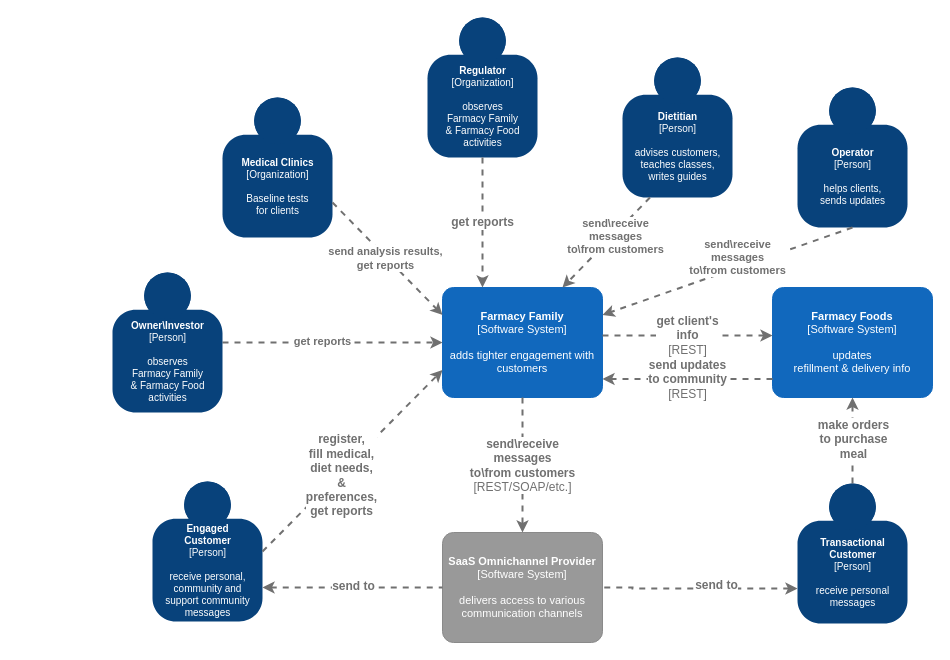
Before: page "C4.System Context" (2 of 4) of analysis/drawio.drawio in sakosy/arch_katas_2021, a draw.io diagram. Source tidied: cells renumbered, new cells numbered last; positions are measured from the earlier drawing's top-left corner, leaving out a move shared by most shapes. Both pictures are drawn from the tidied source at 100%, with x=0, y=0 at pixel (112, 17).
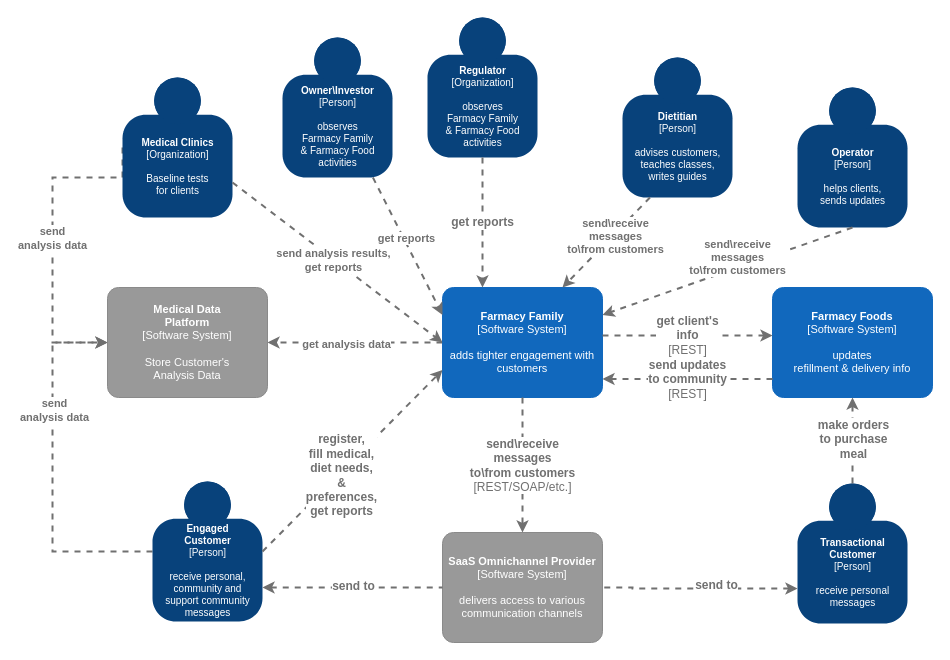
After the change.

Commit message (it also covers changes not shown here):
Added Customers CJM & updated System Context Diagram

The change refers to these unchanged cells:
```xml
<object id="2" label="&lt;b style=&quot;font-size: 10px;&quot;&gt;%c4Name%&lt;/b&gt;&lt;div style=&quot;font-size: 10px;&quot;&gt;[%c4Type%]&lt;/div&gt;&lt;br style=&quot;font-size: 10px;&quot;&gt;&lt;div style=&quot;font-size: 10px;&quot;&gt;%c4Description%&lt;/div&gt;" c4Description="receive personal,&#10;community and&#10;support community&#10;messages" c4Name="Engaged&#10;Customer" c4Type="Person" placeholders="1">
  <mxCell style="html=1;dashed=0;whitespace=wrap;fillColor=#08427b;strokeColor=none;fontColor=#ffffff;shape=mxgraph.c4.person;align=center;points=[[0.5,0,0],[1,0.5,0],[1,0.75,0],[0.75,1,0],[0.5,1,0],[0.25,1,0],[0,0.75,0],[0,0.5,0]];metaData={&quot;c4Type&quot;:{&quot;editable&quot;:false}};fontFamily=PT Mono;fontSize=10;" parent="1" vertex="1">
    <mxGeometry x="40" y="464" width="110" height="140" as="geometry" />
  </mxCell>
</object>
<object id="3" label="&lt;b style=&quot;font-size: 11px;&quot;&gt;%c4Name%&lt;/b&gt;&lt;div style=&quot;font-size: 11px;&quot;&gt;[%c4Type%]&lt;/div&gt;&lt;br style=&quot;font-size: 11px;&quot;&gt;&lt;div style=&quot;font-size: 11px;&quot;&gt;%c4Description%&lt;/div&gt;" c4Description="adds tighter engagement with customers" c4Name="Farmacy Family" c4Type="Software System" placeholders="1">
  <mxCell style="rounded=1;whiteSpace=wrap;html=1;labelBackgroundColor=none;fillColor=#1168BD;fontColor=#ffffff;align=center;arcSize=10;strokeColor=#1168BD;metaData={&quot;c4Type&quot;:{&quot;editable&quot;:false}};points=[[0.25,0,0],[0.5,0,0],[0.75,0,0],[1,0.25,0],[1,0.5,0],[1,0.75,0],[0.75,1,0],[0.5,1,0],[0.25,1,0],[0,0.75,0],[0,0.5,0],[0,0.25,0]];fontFamily=PT Mono;fontSize=11;" parent="1" vertex="1">
    <mxGeometry x="330" y="270" width="160" height="110" as="geometry" />
  </mxCell>
</object>
```

Change to the diagram source:
```diff
@@
+    <mxCell id="32" style="edgeStyle=orthogonalEdgeStyle;rounded=0;jettySize=auto;html=1;entryX=0;entryY=0.5;entryDx=0;entryDy=0;entryPerimeter=0;fontColor=#707070;exitX=0;exitY=0.5;exitDx=0;exitDy=0;exitPerimeter=0;dashed=1;fontFamily=PT Mono;fontSize=12;strokeColor=#707070;strokeWidth=2;endFill=1;startFill=0;" parent="1" edge="1" source="2" target="38">
+      <mxGeometry relative="1" as="geometry">
+        <Array as="points">
+          <mxPoint x="-60" y="534" />
+          <mxPoint x="-60" y="325" />
+        </Array>
+      </mxGeometry>
+    </mxCell>
+    <mxCell id="33" value="&lt;span style=&quot;font-weight: 700&quot;&gt;send&lt;br&gt;analysis data&lt;/span&gt;" style="edgeLabel;html=1;align=center;verticalAlign=middle;fontColor=#707070;" parent="32" vertex="1">
+      <mxGeometry x="0.33" y="-1" relative="1" as="geometry" />
+    </mxCell>
@@
+    <mxCell id="34" style="edgeStyle=orthogonalEdgeStyle;rounded=0;jettySize=auto;html=1;entryX=1;entryY=0.5;entryDx=0;entryDy=0;entryPerimeter=0;dashed=1;fontFamily=PT Mono;fontSize=12;fontColor=#707070;fontStyle=1;strokeColor=#707070;strokeWidth=2;endFill=1;startFill=0;" parent="1" edge="1" source="3" target="38">
+      <mxGeometry relative="1" as="geometry" />
+    </mxCell>
+    <mxCell id="35" value="get analysis data" style="edgeLabel;html=1;align=center;verticalAlign=middle;fontColor=#707070;fontStyle=1;" parent="34" vertex="1">
+      <mxGeometry x="0.11" y="1" relative="1" as="geometry" />
+    </mxCell>
@@
+    <mxCell id="36" style="edgeStyle=orthogonalEdgeStyle;rounded=0;jettySize=auto;html=1;entryX=0;entryY=0.5;entryDx=0;entryDy=0;entryPerimeter=0;exitX=0;exitY=0.5;exitDx=0;exitDy=0;exitPerimeter=0;dashed=1;fontFamily=PT Mono;fontSize=12;fontColor=#707070;strokeColor=#707070;strokeWidth=2;endFill=1;startFill=0;" parent="1" edge="1" source="21" target="38">
+      <mxGeometry relative="1" as="geometry">
+        <Array as="points">
+          <mxPoint x="-60" y="160" />
+          <mxPoint x="-60" y="325" />
+        </Array>
+      </mxGeometry>
+    </mxCell>
+    <mxCell id="37" value="send&lt;br&gt;analysis data" style="edgeLabel;html=1;align=center;verticalAlign=middle;fontColor=#707070;fontStyle=1;" parent="36" vertex="1">
+      <mxGeometry y="-1" relative="1" as="geometry" />
+    </mxCell>
     <object id="21" label="&lt;b style=&quot;font-size: 10px;&quot;&gt;%c4Name%&lt;/b&gt;&lt;div style=&quot;font-size: 10px;&quot;&gt;[%c4Type%]&lt;/div&gt;&lt;br style=&quot;font-size: 10px;&quot;&gt;&lt;div style=&quot;font-size: 10px;&quot;&gt;%c4Description%&lt;/div&gt;" c4Description="Baseline tests&#10;for clients" c4Name="Medical Clinics" c4Type="Organization" placeholders="1">
       <mxCell style="html=1;dashed=0;whitespace=wrap;fillColor=#08427b;strokeColor=none;fontColor=#ffffff;shape=mxgraph.c4.person;align=center;points=[[0.5,0,0],[1,0.5,0],[1,0.75,0],[0.75,1,0],[0.5,1,0],[0.25,1,0],[0,0.75,0],[0,0.5,0]];metaData={&quot;c4Type&quot;:{&quot;editable&quot;:false}};fontFamily=PT Mono;fontSize=10;" parent="1" vertex="1">
-        <mxGeometry x="110" y="80" width="110" height="140" as="geometry" />
+        <mxGeometry x="10" y="60" width="110" height="140" as="geometry" />
       </mxCell>
     </object>
@@
-    <mxCell id="23" style="edgeStyle=none;rounded=0;jettySize=auto;html=1;entryX=0;entryY=0.5;entryDx=0;entryDy=0;entryPerimeter=0;fontFamily=PT Mono;fontSize=12;fontColor=#707070;startArrow=none;startFill=0;endArrow=classic;endFill=1;verticalAlign=middle;dashed=1;strokeColor=#707070;strokeWidth=2;" parent="1" edge="1" source="25" target="3">
+    <mxCell id="23" style="edgeStyle=none;rounded=0;jettySize=auto;html=1;entryX=0;entryY=0.25;entryDx=0;entryDy=0;entryPerimeter=0;fontFamily=PT Mono;fontSize=12;fontColor=#707070;startArrow=none;startFill=0;endArrow=classic;endFill=1;verticalAlign=middle;dashed=1;strokeColor=#707070;strokeWidth=2;" parent="1" edge="1" source="25" target="3">
       <mxGeometry relative="1" as="geometry" />
     </mxCell>
@@
     <object id="25" label="&lt;b style=&quot;font-size: 10px;&quot;&gt;%c4Name%&lt;/b&gt;&lt;div style=&quot;font-size: 10px;&quot;&gt;[%c4Type%]&lt;/div&gt;&lt;br style=&quot;font-size: 10px;&quot;&gt;&lt;div style=&quot;font-size: 10px;&quot;&gt;%c4Description%&lt;/div&gt;" c4Description="observes&#10;Farmacy Family &#10;&amp; Farmacy Food&#10;activities" c4Name="Owner\Investor" c4Type="Person" placeholders="1">
       <mxCell style="html=1;dashed=0;whitespace=wrap;fillColor=#08427b;strokeColor=none;fontColor=#ffffff;shape=mxgraph.c4.person;align=center;points=[[0.5,0,0],[1,0.5,0],[1,0.75,0],[0.75,1,0],[0.5,1,0],[0.25,1,0],[0,0.75,0],[0,0.5,0]];metaData={&quot;c4Type&quot;:{&quot;editable&quot;:false}};fontFamily=PT Mono;fontSize=10;" parent="1" vertex="1">
-        <mxGeometry y="255" width="110" height="140" as="geometry" />
+        <mxGeometry x="170" y="20" width="110" height="140" as="geometry" />
       </mxCell>
     </object>
@@
-    <mxCell id="27" style="endArrow=classic;html=1;rounded=0;fontFamily=PT Mono;fontSize=12;fontColor=#707070;verticalAlign=middle;exitX=1;exitY=0.75;exitDx=0;exitDy=0;exitPerimeter=0;entryX=0;entryY=0.25;entryDx=0;entryDy=0;entryPerimeter=0;dashed=1;strokeColor=#707070;strokeWidth=2;endFill=1;startFill=0;" parent="1" edge="1" source="21" target="3">
+    <mxCell id="27" style="endArrow=classic;html=1;rounded=0;fontFamily=PT Mono;fontSize=12;fontColor=#707070;verticalAlign=middle;exitX=1;exitY=0.75;exitDx=0;exitDy=0;exitPerimeter=0;entryX=0;entryY=0.5;entryDx=0;entryDy=0;entryPerimeter=0;dashed=1;strokeColor=#707070;strokeWidth=2;endFill=1;startFill=0;" parent="1" edge="1" source="21" target="3">
       <mxGeometry relative="1" as="geometry" />
     </mxCell>
@@
+    <object id="38" label="&lt;b style=&quot;font-size: 11px;&quot;&gt;%c4Name%&lt;/b&gt;&lt;div style=&quot;font-size: 11px;&quot;&gt;[%c4Type%]&lt;/div&gt;&lt;br style=&quot;font-size: 11px;&quot;&gt;&lt;div style=&quot;font-size: 11px;&quot;&gt;%c4Description%&lt;/div&gt;" c4Description="Store Customer's&#10;Analysis Data" c4Name="Medical Data&#10;Platform" c4Type="Software System" placeholders="1">
+      <mxCell style="rounded=1;whiteSpace=wrap;html=1;labelBackgroundColor=none;fillColor=#999999;fontColor=#ffffff;align=center;arcSize=10;strokeColor=#8A8A8A;metaData={&quot;c4Type&quot;:{&quot;editable&quot;:false}};points=[[0.25,0,0],[0.5,0,0],[0.75,0,0],[1,0.25,0],[1,0.5,0],[1,0.75,0],[0.75,1,0],[0.5,1,0],[0.25,1,0],[0,0.75,0],[0,0.5,0],[0,0.25,0]];fontFamily=PT Mono;fontSize=11;" parent="1" vertex="1">
+        <mxGeometry x="-5" y="270" width="160" height="110" as="geometry" />
+      </mxCell>
+    </object>
```
